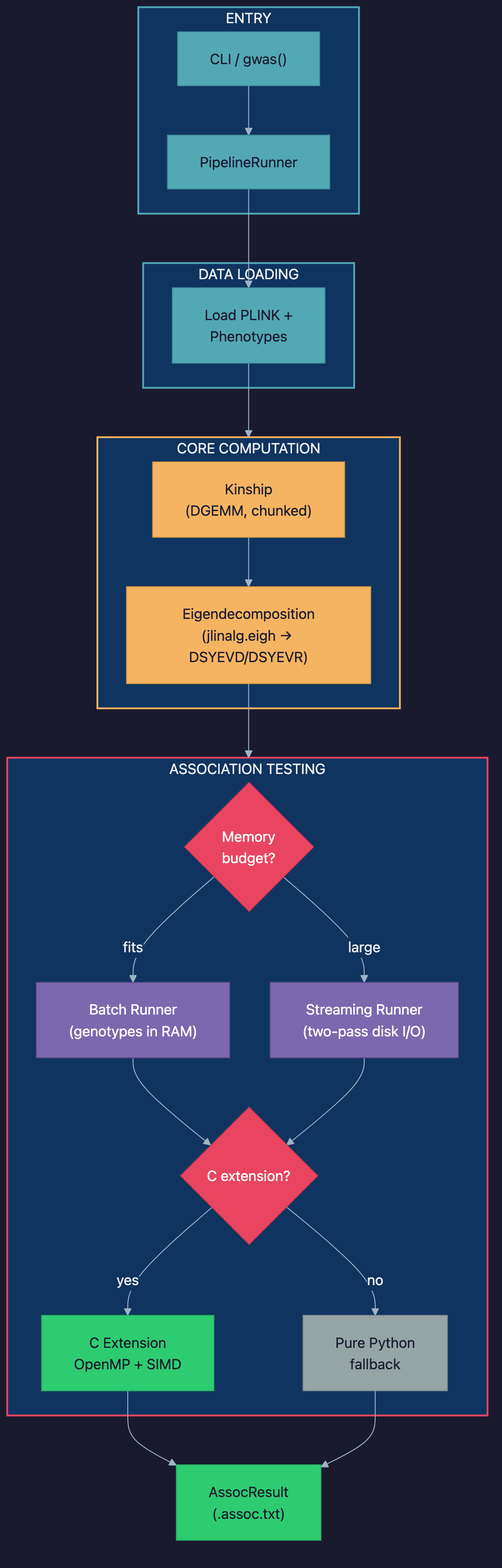
Above: docs/architecture.png in michael-denyer/jamma (Mermaid), before the change. Its source is kept beside it as docs/architecture.mmd.
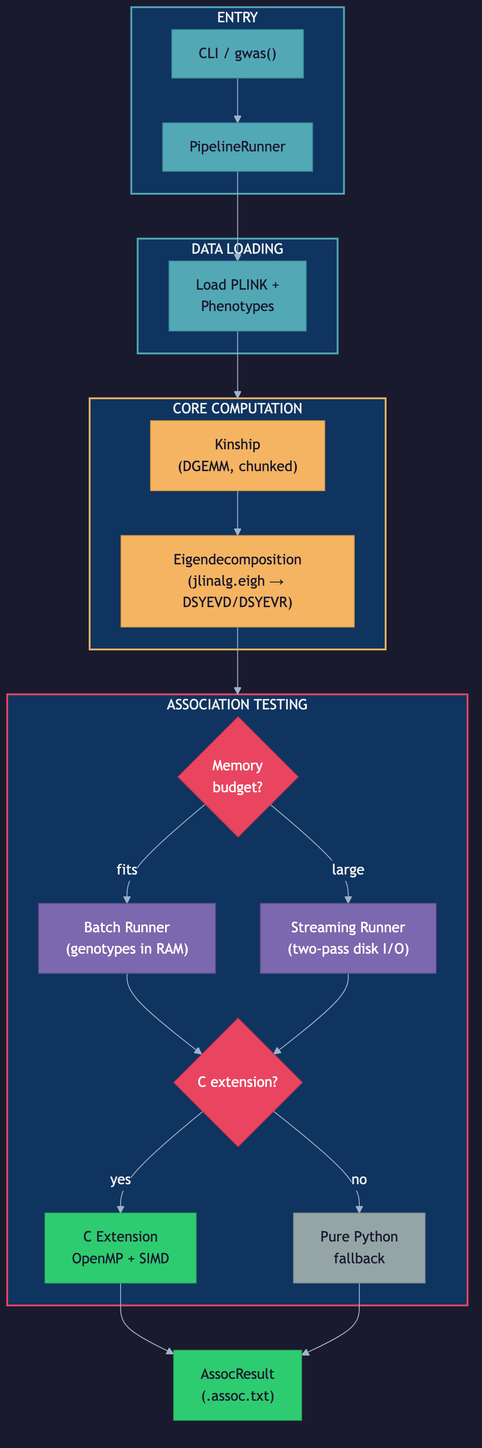
The same file after the commit.

Commit message:
Move the diagram theme into the fence so GitHub renders it too

Diff of the diagram source:
```diff
@@ -1,3 +1,11 @@
+---
+config:
+  theme: base
+  themeVariables:
+    lineColor: "#9fb3c8"
+    primaryTextColor: "#eeeeee"
+    edgeLabelBackground: "#0f3460"
+---
 flowchart TD
     subgraph ENTRY["ENTRY"]
         CLI["CLI / gwas()"]
```
